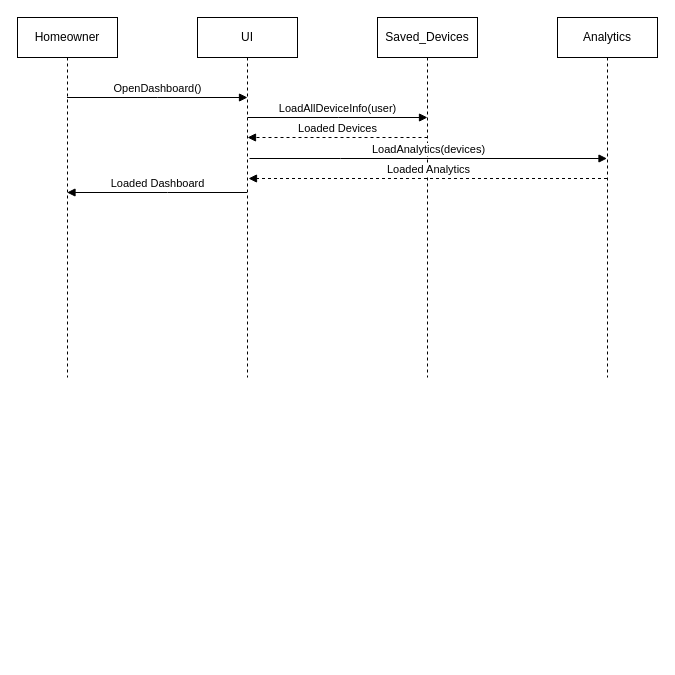
This is 2_2_SequenceDiagram.drawio from uvic-teach/project-m1-team15, a draw.io file, before an edit. Source tidied: cells renumbered, new cells numbered last; positions are measured from the earlier drawing's top-left corner, leaving out a move shared by most shapes. Both pictures are drawn from the tidied source at 100%, with x=0, y=0 at pixel (17, 17).
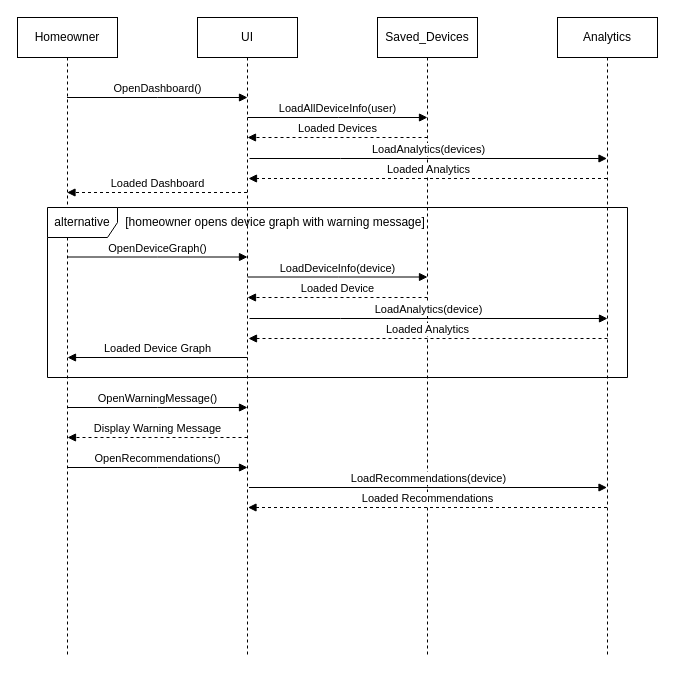
The same page after the edit.

Diff of the diagram source:
```diff
@@
     <mxCell id="2" value="Homeowner" style="shape=umlLifeline;perimeter=lifelinePerimeter;whiteSpace=wrap;html=1;outlineConnect=0;portConstraint=eastwest;newEdgeStyle={&quot;edgeStyle&quot;:&quot;elbowEdgeStyle&quot;,&quot;elbow&quot;:&quot;vertical&quot;,&quot;curved&quot;:0,&quot;rounded&quot;:0};" parent="1" vertex="1">
-      <mxGeometry width="100" height="360" as="geometry" />
+      <mxGeometry width="100" height="640" as="geometry" />
     </mxCell>
     <mxCell id="3" value="UI" style="shape=umlLifeline;perimeter=lifelinePerimeter;whiteSpace=wrap;html=1;newEdgeStyle={&quot;edgeStyle&quot;:&quot;elbowEdgeStyle&quot;,&quot;elbow&quot;:&quot;vertical&quot;,&quot;curved&quot;:0,&quot;rounded&quot;:0};" parent="1" vertex="1">
-      <mxGeometry x="180" width="100" height="360" as="geometry" />
+      <mxGeometry x="180" width="100" height="640" as="geometry" />
     </mxCell>
@@
-    <mxCell id="5" value="Loaded Dashboard" style="html=1;verticalAlign=bottom;endArrow=block;edgeStyle=elbowEdgeStyle;elbow=vertical;curved=0;rounded=0;" parent="1" edge="1">
+    <mxCell id="5" value="Loaded Dashboard" style="html=1;verticalAlign=bottom;endArrow=block;edgeStyle=elbowEdgeStyle;elbow=vertical;curved=0;rounded=0;dashed=1;" parent="1" edge="1">
       <mxGeometry relative="1" as="geometry">
         <mxPoint x="229.5" y="175" as="sourcePoint" />
         <mxPoint x="49.5" y="175" as="targetPoint" />
         <Array as="points">
           <mxPoint x="150" y="175" />
         </Array>
       </mxGeometry>
     </mxCell>
     <mxCell id="6" value="Saved_Devices" style="shape=umlLifeline;perimeter=lifelinePerimeter;whiteSpace=wrap;html=1;newEdgeStyle={&quot;edgeStyle&quot;:&quot;elbowEdgeStyle&quot;,&quot;elbow&quot;:&quot;vertical&quot;,&quot;curved&quot;:0,&quot;rounded&quot;:0};" parent="1" vertex="1">
-      <mxGeometry x="360" width="100" height="360" as="geometry" />
+      <mxGeometry x="360" width="100" height="640" as="geometry" />
     </mxCell>
     <mxCell id="7" value="Analytics" style="shape=umlLifeline;perimeter=lifelinePerimeter;whiteSpace=wrap;html=1;outlineConnect=0;portConstraint=eastwest;newEdgeStyle={&quot;edgeStyle&quot;:&quot;elbowEdgeStyle&quot;,&quot;elbow&quot;:&quot;vertical&quot;,&quot;curved&quot;:0,&quot;rounded&quot;:0};" parent="1" vertex="1">
-      <mxGeometry x="540" width="100" height="360" as="geometry" />
+      <mxGeometry x="540" width="100" height="640" as="geometry" />
     </mxCell>
@@
+    <mxCell id="12" value="alternative" style="shape=umlFrame;whiteSpace=wrap;html=1;width=70;height=30;" parent="1" vertex="1">
+      <mxGeometry x="30" y="190" width="580" height="170" as="geometry" />
+    </mxCell>
+    <mxCell id="13" value="[homeowner opens device graph with warning message]" style="text;html=1;strokeColor=none;fillColor=none;align=center;verticalAlign=middle;whiteSpace=wrap;rounded=0;" parent="1" vertex="1">
+      <mxGeometry x="103" y="190" width="310" height="30" as="geometry" />
+    </mxCell>
+    <mxCell id="14" value="OpenDeviceGraph()" style="html=1;verticalAlign=bottom;endArrow=block;edgeStyle=elbowEdgeStyle;elbow=vertical;curved=0;rounded=0;" parent="1" edge="1">
+      <mxGeometry relative="1" as="geometry">
+        <mxPoint x="50" y="239.5" as="sourcePoint" />
+        <mxPoint x="230" y="239.5" as="targetPoint" />
+        <Array as="points">
+          <mxPoint x="140" y="239.5" />
+        </Array>
+      </mxGeometry>
+    </mxCell>
+    <mxCell id="15" value="LoadDeviceInfo(device)" style="html=1;verticalAlign=bottom;endArrow=block;edgeStyle=elbowEdgeStyle;elbow=vertical;curved=0;rounded=0;" parent="1" edge="1">
+      <mxGeometry relative="1" as="geometry">
+        <mxPoint x="230" y="259.5" as="sourcePoint" />
+        <mxPoint x="410" y="259.5" as="targetPoint" />
+        <Array as="points">
+          <mxPoint x="321" y="259.5" />
+        </Array>
+      </mxGeometry>
+    </mxCell>
+    <mxCell id="16" value="Loaded Device" style="html=1;verticalAlign=bottom;endArrow=block;edgeStyle=elbowEdgeStyle;elbow=vertical;curved=0;rounded=0;dashed=1;" parent="1" edge="1">
+      <mxGeometry relative="1" as="geometry">
+        <mxPoint x="410" y="280" as="sourcePoint" />
+        <mxPoint x="230" y="280" as="targetPoint" />
+        <Array as="points">
+          <mxPoint x="330.5" y="280" />
+        </Array>
+      </mxGeometry>
+    </mxCell>
+    <mxCell id="17" value="LoadAnalytics(device)" style="html=1;verticalAlign=bottom;endArrow=block;edgeStyle=elbowEdgeStyle;elbow=vertical;curved=0;rounded=0;" parent="1" edge="1">
+      <mxGeometry relative="1" as="geometry">
+        <mxPoint x="232" y="301" as="sourcePoint" />
+        <mxPoint x="590" y="301" as="targetPoint" />
+        <Array as="points">
+          <mxPoint x="323" y="301" />
+        </Array>
+      </mxGeometry>
+    </mxCell>
+    <mxCell id="18" value="Loaded Analytics" style="html=1;verticalAlign=bottom;endArrow=block;edgeStyle=elbowEdgeStyle;elbow=vertical;curved=0;rounded=0;dashed=1;" parent="1" edge="1">
+      <mxGeometry relative="1" as="geometry">
+        <mxPoint x="590" y="321" as="sourcePoint" />
+        <mxPoint x="231" y="321" as="targetPoint" />
+        <Array as="points">
+          <mxPoint x="331.5" y="321" />
+        </Array>
+      </mxGeometry>
+    </mxCell>
+    <mxCell id="19" value="Loaded Device Graph" style="html=1;verticalAlign=bottom;endArrow=block;edgeStyle=elbowEdgeStyle;elbow=vertical;curved=0;rounded=0;" parent="1" edge="1">
+      <mxGeometry relative="1" as="geometry">
+        <mxPoint x="230" y="340" as="sourcePoint" />
+        <mxPoint x="50" y="340" as="targetPoint" />
+        <Array as="points">
+          <mxPoint x="150.5" y="340" />
+        </Array>
+      </mxGeometry>
+    </mxCell>
+    <mxCell id="20" value="OpenWarningMessage()" style="html=1;verticalAlign=bottom;endArrow=block;edgeStyle=elbowEdgeStyle;elbow=vertical;curved=0;rounded=0;" parent="1" edge="1">
+      <mxGeometry relative="1" as="geometry">
+        <mxPoint x="50" y="390" as="sourcePoint" />
+        <mxPoint x="230" y="390" as="targetPoint" />
+        <Array as="points">
+          <mxPoint x="140" y="390" />
+        </Array>
+      </mxGeometry>
+    </mxCell>
+    <mxCell id="21" value="Display Warning Message" style="html=1;verticalAlign=bottom;endArrow=block;edgeStyle=elbowEdgeStyle;elbow=vertical;curved=0;rounded=0;dashed=1;" parent="1" edge="1">
+      <mxGeometry relative="1" as="geometry">
+        <mxPoint x="230" y="420" as="sourcePoint" />
+        <mxPoint x="50" y="420" as="targetPoint" />
+        <Array as="points">
+          <mxPoint x="150.5" y="420" />
+        </Array>
+      </mxGeometry>
+    </mxCell>
+    <mxCell id="22" value="OpenRecommendations()" style="html=1;verticalAlign=bottom;endArrow=block;edgeStyle=elbowEdgeStyle;elbow=vertical;curved=0;rounded=0;" parent="1" edge="1">
+      <mxGeometry relative="1" as="geometry">
+        <mxPoint x="50" y="450" as="sourcePoint" />
+        <mxPoint x="230" y="450" as="targetPoint" />
+        <Array as="points">
+          <mxPoint x="140" y="450" />
+        </Array>
+      </mxGeometry>
+    </mxCell>
+    <mxCell id="23" value="LoadRecommendations(device)" style="html=1;verticalAlign=bottom;endArrow=block;edgeStyle=elbowEdgeStyle;elbow=vertical;curved=0;rounded=0;" parent="1" edge="1">
+      <mxGeometry relative="1" as="geometry">
+        <mxPoint x="231.5" y="470" as="sourcePoint" />
+        <mxPoint x="589.5" y="470" as="targetPoint" />
+        <Array as="points">
+          <mxPoint x="322.5" y="470" />
+        </Array>
+      </mxGeometry>
+    </mxCell>
+    <mxCell id="24" value="Loaded Recommendations" style="html=1;verticalAlign=bottom;endArrow=block;edgeStyle=elbowEdgeStyle;elbow=vertical;curved=0;rounded=0;dashed=1;" parent="1" edge="1">
+      <mxGeometry relative="1" as="geometry">
+        <mxPoint x="589.5" y="490" as="sourcePoint" />
+        <mxPoint x="230.5" y="490" as="targetPoint" />
+        <Array as="points">
+          <mxPoint x="331" y="490" />
+        </Array>
+      </mxGeometry>
+    </mxCell>
```
